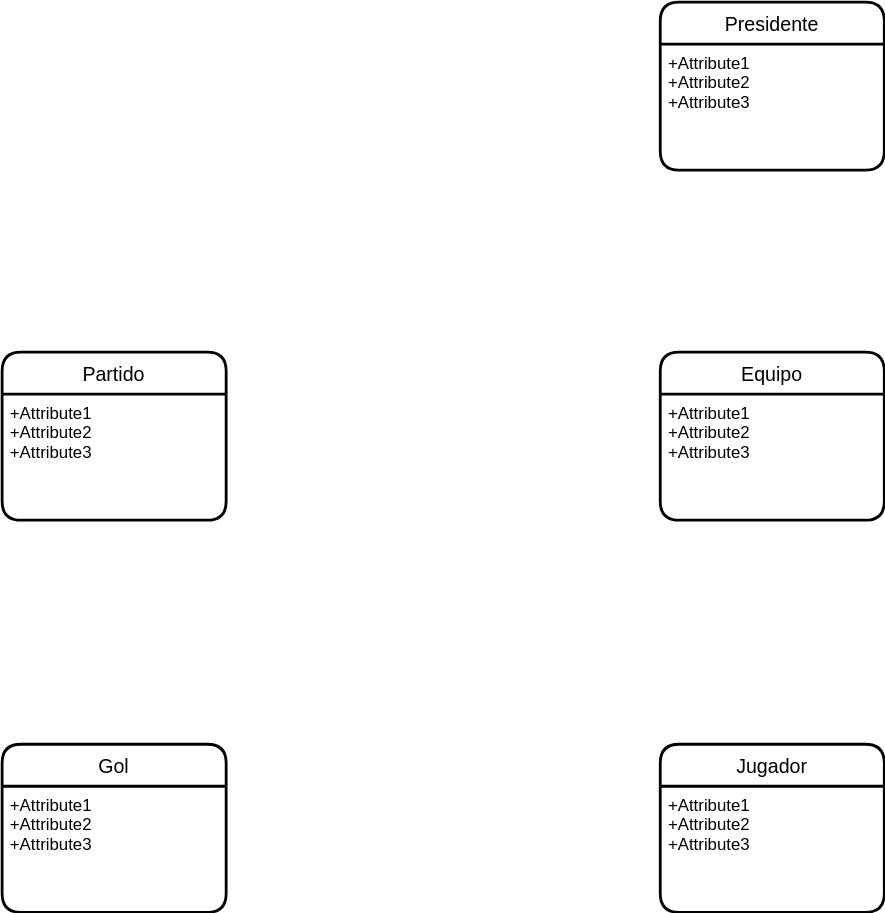
This is UD12-10.svg from Jimxx22/C3-UD11-UML, a draw.io export, as it was before one commit. Source tidied: cells renumbered, new cells last; positions are measured from the earlier drawing's top-left corner, leaving out a move shared by most shapes.
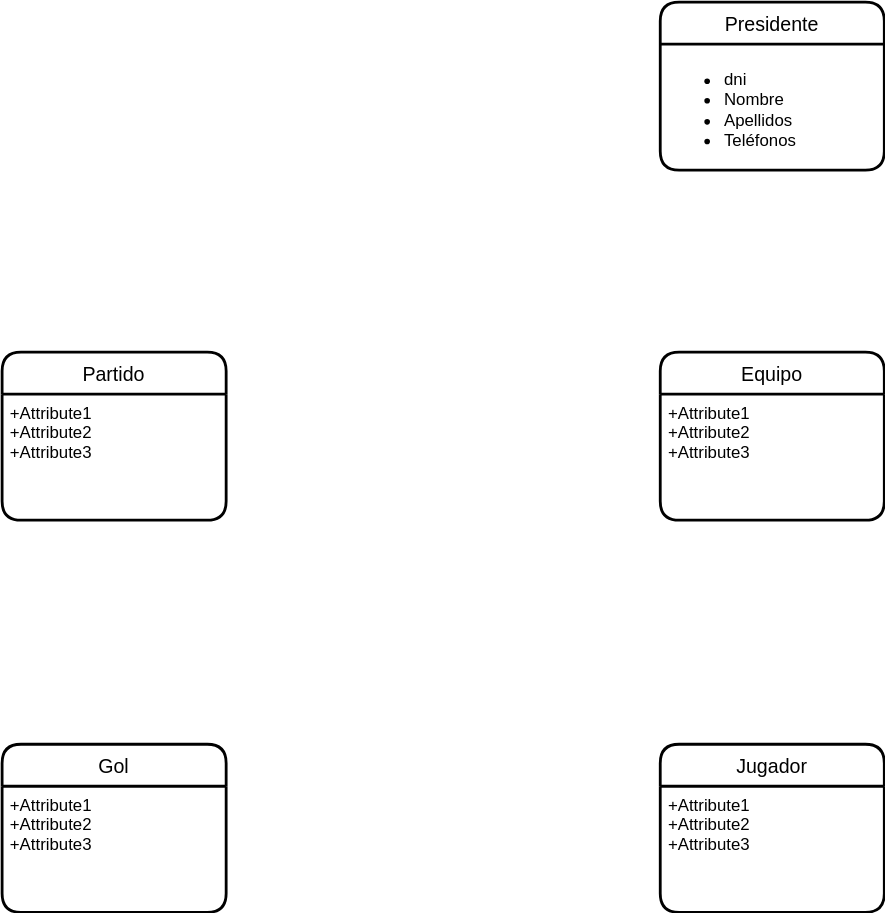
The same file after the commit.

Change to the diagram source:
```diff
@@ -23,7 +23,7 @@
     <mxCell id="8" value="Presidente" style="swimlane;horizontal=1;startSize=30;rounded=1;fontSize=14;fontStyle=0;strokeWidth=2;shadow=0;dashed=0;align=center;" parent="1" vertex="1">
       <mxGeometry x="470" width="160" height="120" as="geometry" />
     </mxCell>
-    <mxCell id="9" value="+Attribute1&#10;+Attribute2&#10;+Attribute3" style="align=left;strokeColor=none;fillColor=none;spacingLeft=4;fontSize=12;verticalAlign=top;" parent="8" vertex="1">
+    <mxCell id="9" value="&lt;ul&gt;&lt;li&gt;dni&lt;/li&gt;&lt;li&gt;Nombre&lt;/li&gt;&lt;li&gt;Apellidos&lt;/li&gt;&lt;li&gt;Teléfonos&lt;/li&gt;&lt;/ul&gt;" style="align=left;strokeColor=none;fillColor=none;spacingLeft=4;fontSize=12;verticalAlign=top;html=1;" parent="8" vertex="1">
       <mxGeometry y="30" width="160" height="90" as="geometry" />
     </mxCell>
     <mxCell id="10" value="Equipo" style="swimlane;horizontal=1;startSize=30;rounded=1;fontSize=14;fontStyle=0;strokeWidth=2;shadow=0;dashed=0;align=center;" parent="1" vertex="1">
```
